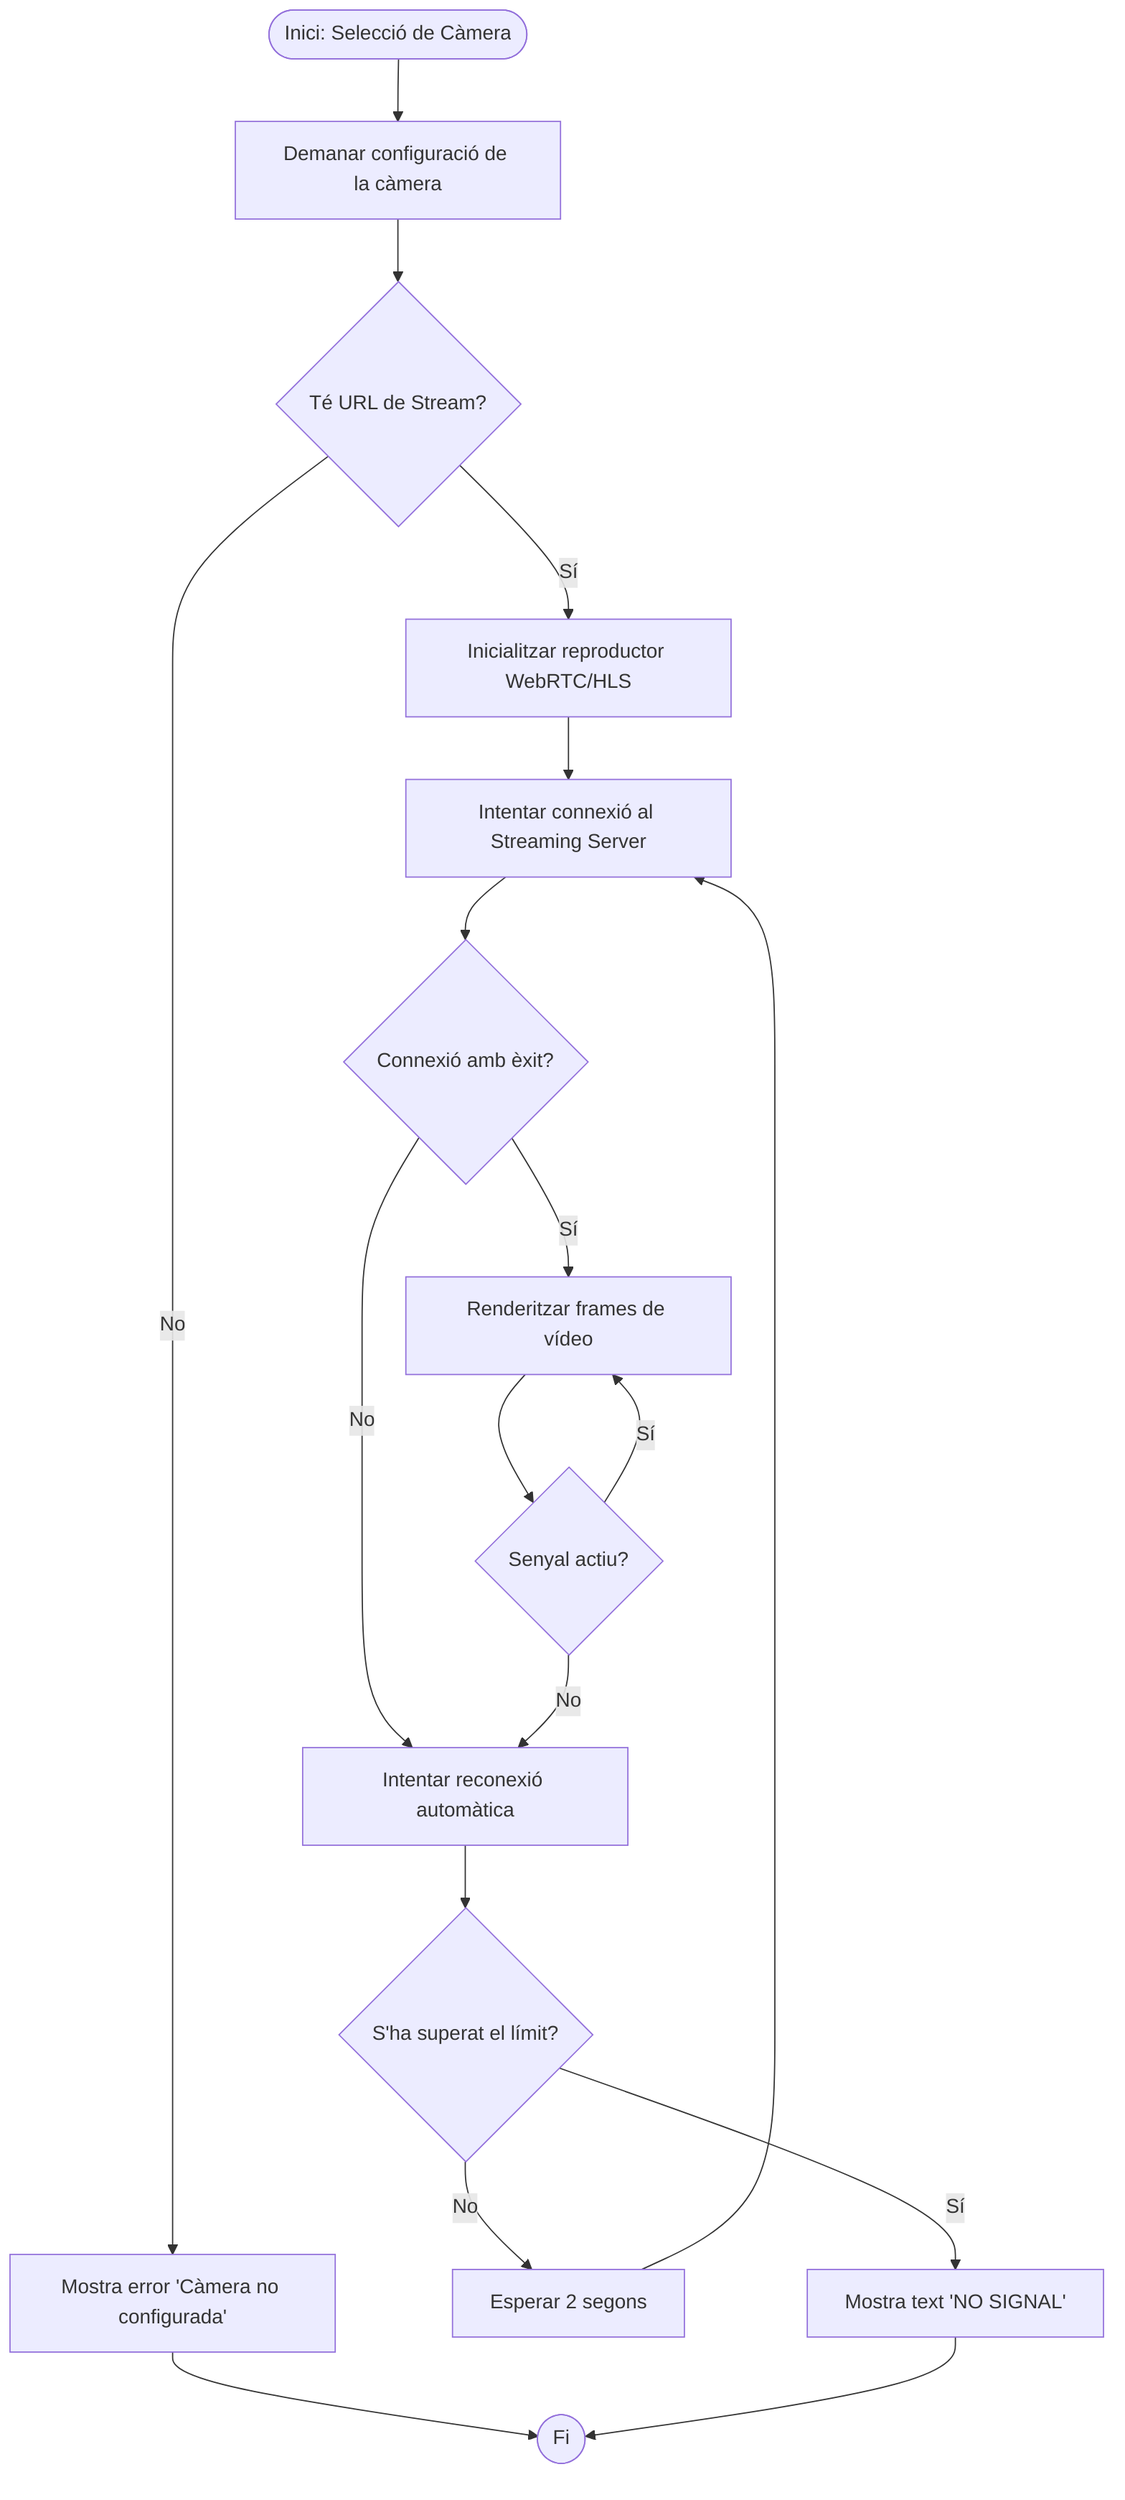
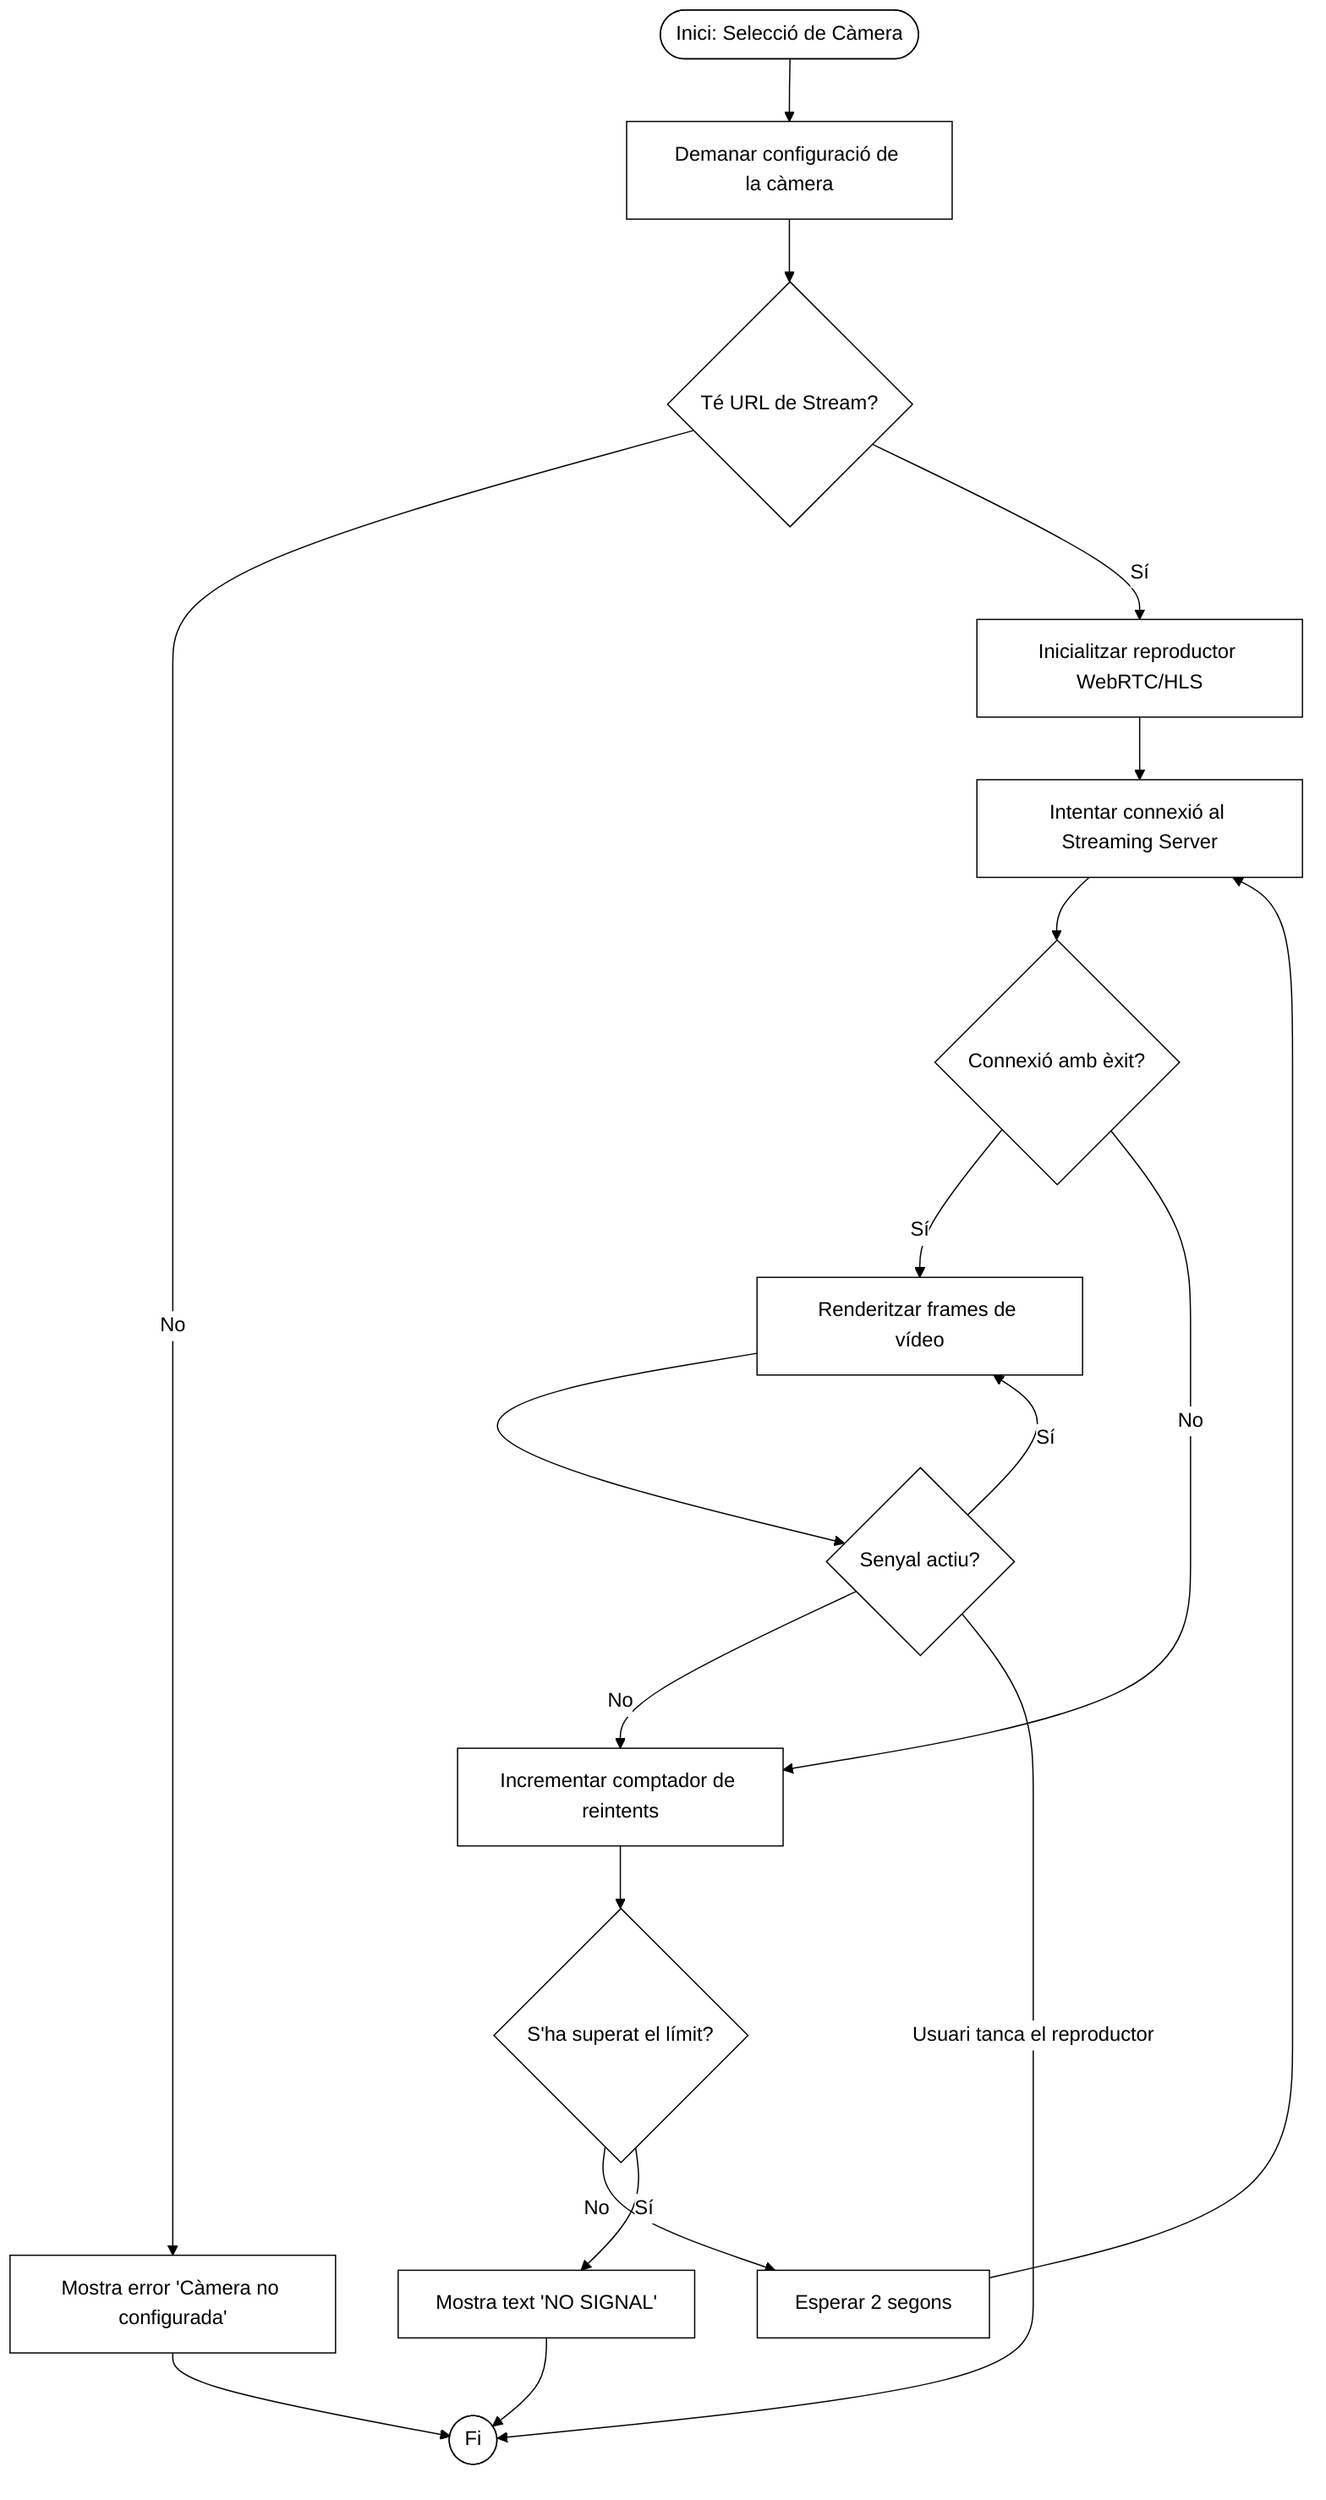
+ %%{init: {
+  'theme': 'base',
+  'themeVariables': {
+    'background': '#ffffff',
+    'primaryColor': '#ffffff',
+    'primaryTextColor': '#000000',
+    'primaryBorderColor': '#000000',
+    'lineColor': '#000000',
+    'secondaryColor': '#ffffff',
+    'tertiaryColor': '#ffffff'
+  },
+  'themeCSS': '.node rect, .node circle, .node polygon, .node path, .cluster rect { stroke: #000000 !important; stroke-width: 1px !important; filter: none !important; box-shadow: none !important; } .label { color: #000000 !important; }'
+ }}%%
+ 
flowchart TD
    Start([Inici: Selecció de Càmera])
    DemCfg[Demanar configuració de la càmera]
    TéURL{Té URL de Stream?}
    ErrorNoCfg[Mostra error 'Càmera no configurada']
    InitPlayer[Inicialitzar reproductor WebRTC/HLS]
    TryConn[Intentar connexió al Streaming Server]
    ConnOk{Connexió amb èxit?}
    Render[Renderitzar frames de vídeo]
    SenyalActiu{Senyal actiu?}
-     TryReconn[Intentar reconexió automàtica]
+     TryReconn[Incrementar comptador de reintents]
    LimitSuperat{S'ha superat el límit?}
    Wait2[Esperar 2 segons]
    NoSignal[Mostra text 'NO SIGNAL']
    Fi([Fi])

    Start --> DemCfg
    DemCfg --> TéURL
    TéURL -- No --> ErrorNoCfg
    TéURL -- Sí --> InitPlayer
    InitPlayer --> TryConn
    TryConn --> ConnOk
    ConnOk -- Sí --> Render
    ConnOk -- No --> TryReconn
    Render --> SenyalActiu
    SenyalActiu -- Sí --> Render
    SenyalActiu -- No --> TryReconn
+     SenyalActiu -- Usuari tanca el reproductor --> Fi
    TryReconn --> LimitSuperat
    LimitSuperat -- No --> Wait2
    Wait2 --> TryConn
    LimitSuperat -- Sí --> NoSignal
    ErrorNoCfg --> Fi
    NoSignal --> Fi
